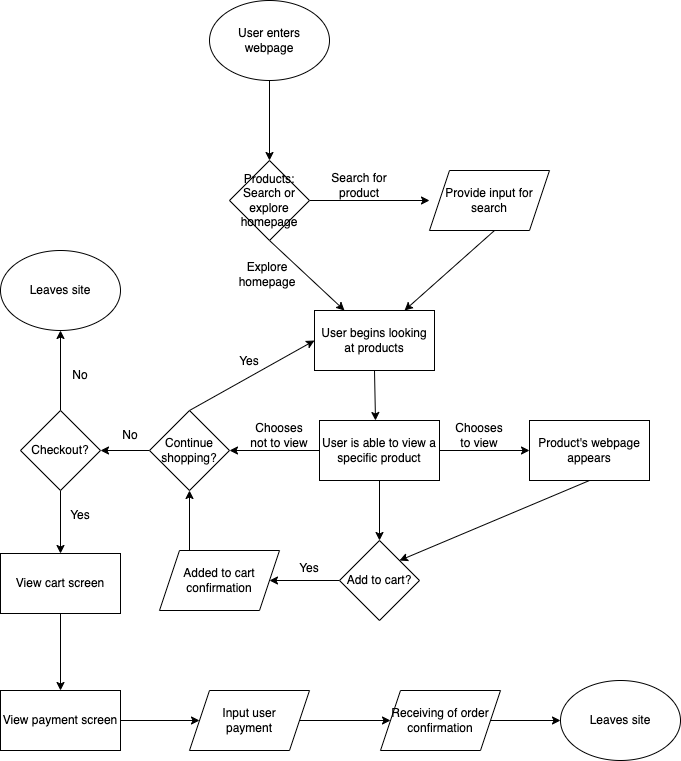
Above: explore/diagramming/diagram.drawio.png in amccully/sp23-cse110-lab4 (draw.io), before the change. Source tidied: cells renumbered, new cells last; positions are measured from the earlier drawing's top-left corner, leaving out a move shared by most shapes.
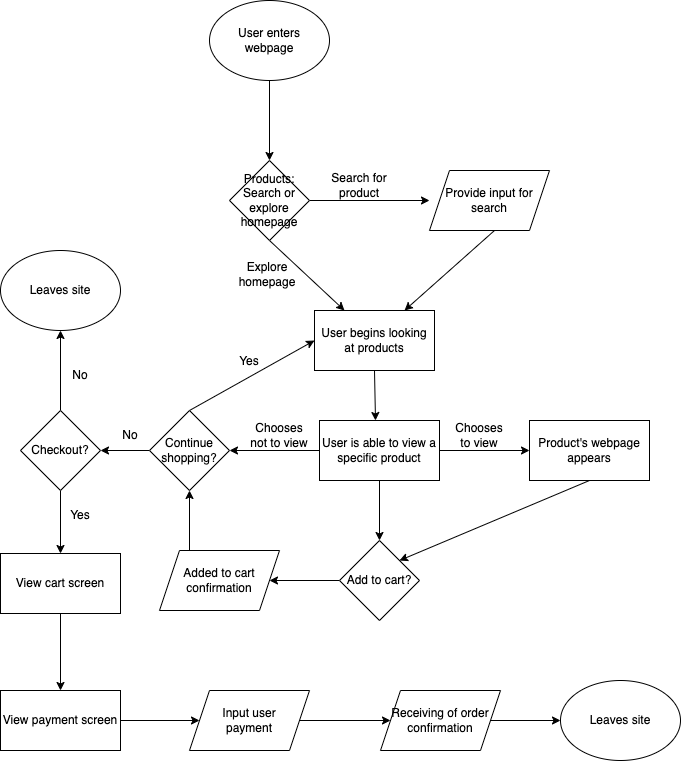
Above is the later version.

Diff of the diagram source:
```diff
@@ -92,9 +92,6 @@
     <mxCell id="27" value="Added to cart confirmation" style="shape=parallelogram;perimeter=parallelogramPerimeter;whiteSpace=wrap;html=1;fixedSize=1;" parent="1" vertex="1">
       <mxGeometry x="159" y="550" width="120" height="60" as="geometry" />
     </mxCell>
-    <mxCell id="28" value="Yes" style="text;html=1;strokeColor=none;fillColor=none;align=center;verticalAlign=middle;whiteSpace=wrap;rounded=0;" parent="1" vertex="1">
-      <mxGeometry x="279" y="553" width="60" height="30" as="geometry" />
-    </mxCell>
     <mxCell id="29" value="Yes" style="text;html=1;strokeColor=none;fillColor=none;align=center;verticalAlign=middle;whiteSpace=wrap;rounded=0;" parent="1" vertex="1">
       <mxGeometry x="219" y="346" width="60" height="30" as="geometry" />
     </mxCell>
```
